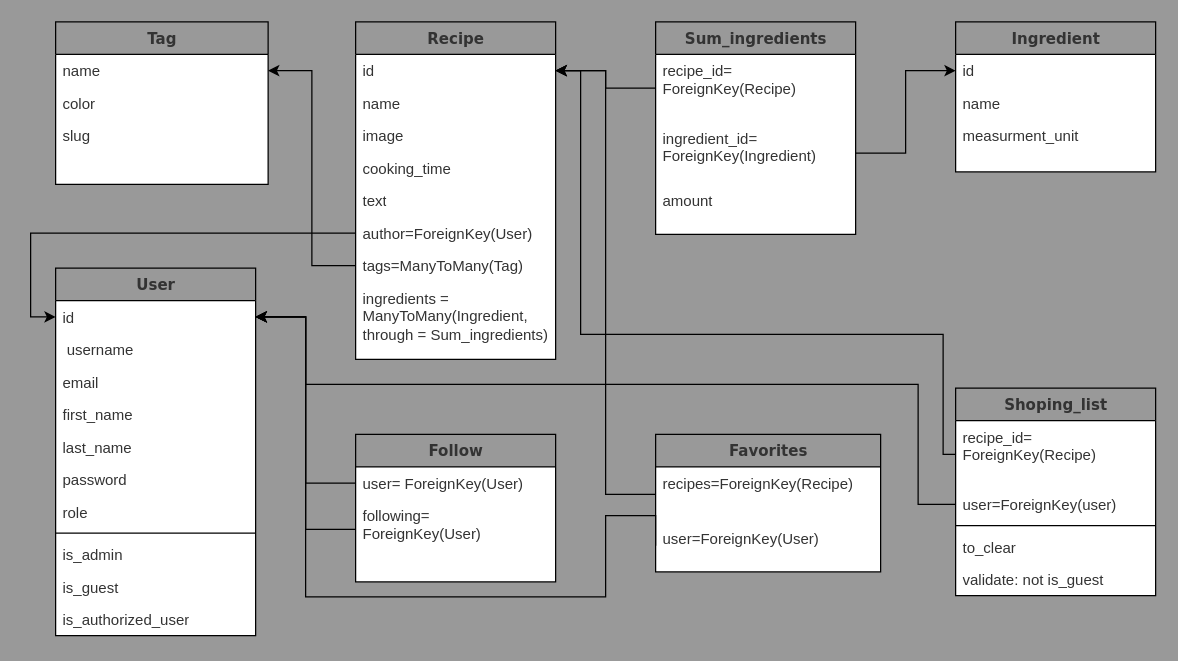
number92/Foodgram keeps this draw.io diagram as backend/Models.drawio. Above is the earlier version. Source tidied: cells renumbered, new cells numbered last; positions are measured from the earlier drawing's top-left corner, leaving out a move shared by most shapes. Both pictures are drawn from the tidied source at 125%, with x=0, y=0 at pixel (55, 21).
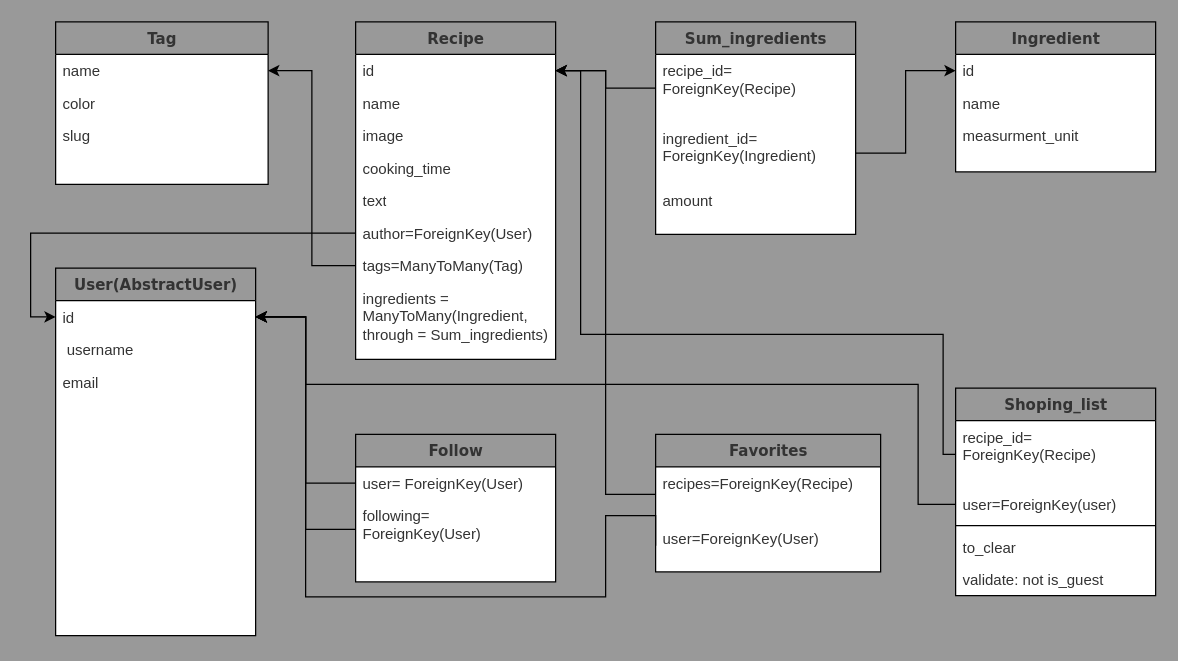
After the change.

The edit, as a diff of the source:
```diff
@@
-    <mxCell id="19" value="User" style="swimlane;html=1;fontStyle=1;align=center;verticalAlign=top;horizontal=1;startSize=26;swimlaneFillColor=#ffffff;rounded=0;shadow=0;comic=0;labelBackgroundColor=none;strokeWidth=1;fillColor=none;fontFamily=Verdana;fontSize=12;fontColor=#333333;" parent="1" vertex="1">
+    <mxCell id="19" value="User(AbstractUser)" style="swimlane;html=1;fontStyle=1;align=center;verticalAlign=top;horizontal=1;startSize=26;swimlaneFillColor=#ffffff;rounded=0;shadow=0;comic=0;labelBackgroundColor=none;strokeWidth=1;fillColor=none;fontFamily=Verdana;fontSize=12;fontColor=#333333;" parent="1" vertex="1">
       <mxGeometry y="197" width="160" height="294" as="geometry" />
     </mxCell>
@@
-    <mxCell id="23" value="first_name" style="text;html=1;strokeColor=none;fillColor=none;align=left;verticalAlign=top;spacingLeft=4;spacingRight=4;whiteSpace=wrap;overflow=hidden;fontColor=#333333;" parent="19" vertex="1">
-      <mxGeometry y="104" width="160" height="26" as="geometry" />
-    </mxCell>
-    <mxCell id="24" value="last_name" style="text;html=1;strokeColor=none;fillColor=none;align=left;verticalAlign=top;spacingLeft=4;spacingRight=4;whiteSpace=wrap;overflow=hidden;fontColor=#333333;" parent="19" vertex="1">
-      <mxGeometry y="130" width="160" height="26" as="geometry" />
-    </mxCell>
-    <mxCell id="25" value="password" style="text;html=1;strokeColor=none;fillColor=none;align=left;verticalAlign=top;spacingLeft=4;spacingRight=4;whiteSpace=wrap;overflow=hidden;fontColor=#333333;" parent="19" vertex="1">
-      <mxGeometry y="156" width="160" height="26" as="geometry" />
-    </mxCell>
-    <mxCell id="26" value="role" style="text;html=1;strokeColor=none;fillColor=none;align=left;verticalAlign=top;spacingLeft=4;spacingRight=4;whiteSpace=wrap;overflow=hidden;fontColor=#333333;" parent="19" vertex="1">
-      <mxGeometry y="182" width="160" height="26" as="geometry" />
-    </mxCell>
-    <mxCell id="27" style="line;html=1;strokeWidth=1;fillColor=none;align=left;verticalAlign=middle;spacingTop=-1;spacingLeft=3;spacingRight=3;labelPosition=right;fontColor=#333333;" parent="19" vertex="1">
-      <mxGeometry y="208" width="160" height="8" as="geometry" />
-    </mxCell>
-    <mxCell id="28" value="is_admin" style="text;html=1;strokeColor=none;fillColor=none;align=left;verticalAlign=top;spacingLeft=4;spacingRight=4;whiteSpace=wrap;overflow=hidden;fontColor=#333333;" parent="19" vertex="1">
-      <mxGeometry y="216" width="160" height="26" as="geometry" />
-    </mxCell>
-    <mxCell id="29" value="is_guest" style="text;html=1;strokeColor=none;fillColor=none;align=left;verticalAlign=top;spacingLeft=4;spacingRight=4;whiteSpace=wrap;overflow=hidden;fontColor=#333333;" parent="19" vertex="1">
-      <mxGeometry y="242" width="160" height="26" as="geometry" />
-    </mxCell>
-    <mxCell id="30" value="is_authorized_user" style="text;html=1;strokeColor=none;fillColor=none;align=left;verticalAlign=top;spacingLeft=4;spacingRight=4;whiteSpace=wrap;overflow=hidden;fontColor=#333333;" parent="19" vertex="1">
-      <mxGeometry y="268" width="160" height="26" as="geometry" />
-    </mxCell>
```
